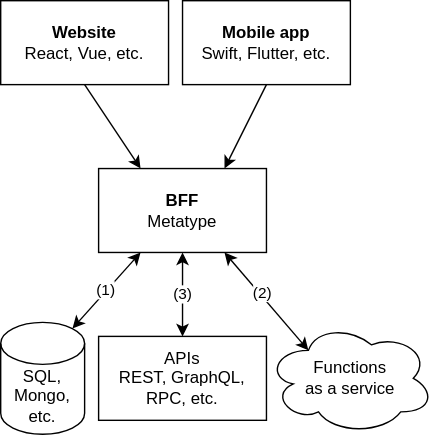
Before: website/use-cases/backend-for-frontend/image.drawio.svg, a diagram exported from draw.io (metatypedev/metatype). Source tidied: cells renumbered, new cells last; positions are measured from the earlier drawing's top-left corner, leaving out a move shared by most shapes. Its diagram source:
```xml
<mxGraphModel>
  <root>
    <mxCell id="0" />
    <mxCell id="1" parent="0" />
    <mxCell id="2" style="edgeStyle=none;html=1;exitX=0.5;exitY=1;exitDx=0;exitDy=0;entryX=0.25;entryY=0;entryDx=0;entryDy=0;" parent="1" edge="1" source="3" target="9">
      <mxGeometry x="-0.12" relative="1" as="geometry" />
    </mxCell>
    <mxCell id="3" value="&lt;b&gt;Website&lt;/b&gt;&lt;br&gt;React, Vue, etc." style="rounded=0;whiteSpace=wrap;html=1;" parent="1" vertex="1">
      <mxGeometry width="120" height="60" as="geometry" />
    </mxCell>
    <mxCell id="4" style="edgeStyle=none;html=1;exitX=0.75;exitY=1;exitDx=0;exitDy=0;entryX=0.25;entryY=0.25;entryDx=0;entryDy=0;entryPerimeter=0;startArrow=classic;startFill=1;" parent="1" edge="1" source="9" target="12">
      <mxGeometry relative="1" as="geometry" />
    </mxCell>
    <mxCell id="5" value="(2)" style="edgeLabel;html=1;align=center;verticalAlign=middle;" parent="4" vertex="1">
      <mxGeometry x="-0.04" y="3" relative="1" as="geometry">
        <mxPoint x="-4" y="-3" as="offset" />
      </mxGeometry>
    </mxCell>
    <mxCell id="6" value="(3)" style="edgeStyle=none;html=1;exitX=0.5;exitY=1;exitDx=0;exitDy=0;startArrow=classic;startFill=1;" parent="1" edge="1" source="9" target="11">
      <mxGeometry relative="1" as="geometry" />
    </mxCell>
    <mxCell id="7" style="edgeStyle=none;html=1;exitX=0.25;exitY=1;exitDx=0;exitDy=0;entryX=0.855;entryY=0;entryDx=0;entryDy=4.35;entryPerimeter=0;startArrow=classic;startFill=1;" parent="1" edge="1" source="9" target="10">
      <mxGeometry relative="1" as="geometry" />
    </mxCell>
    <mxCell id="8" value="(1)" style="edgeLabel;html=1;align=center;verticalAlign=middle;" parent="7" vertex="1">
      <mxGeometry x="0.01" y="-1" relative="1" as="geometry" />
    </mxCell>
    <mxCell id="9" value="&lt;b&gt;BFF&lt;/b&gt;&lt;br&gt;Metatype" style="rounded=0;whiteSpace=wrap;html=1;" parent="1" vertex="1">
      <mxGeometry x="70" y="120" width="120" height="60" as="geometry" />
    </mxCell>
    <mxCell id="10" value="SQL,&lt;br&gt;Mongo, etc." style="shape=cylinder3;whiteSpace=wrap;html=1;boundedLbl=1;backgroundOutline=1;size=15;" parent="1" vertex="1">
      <mxGeometry y="230" width="60" height="80" as="geometry" />
    </mxCell>
    <mxCell id="11" value="APIs&lt;br&gt;REST, GraphQL, RPC, etc." style="rounded=0;whiteSpace=wrap;html=1;" parent="1" vertex="1">
      <mxGeometry x="70" y="240" width="120" height="60" as="geometry" />
    </mxCell>
    <mxCell id="12" value="Functions&lt;br&gt;as a service" style="ellipse;shape=cloud;whiteSpace=wrap;html=1;" parent="1" vertex="1">
      <mxGeometry x="190" y="230" width="120" height="80" as="geometry" />
    </mxCell>
    <mxCell id="13" style="edgeStyle=none;html=1;exitX=0.5;exitY=1;exitDx=0;exitDy=0;entryX=0.75;entryY=0;entryDx=0;entryDy=0;" parent="1" edge="1" source="14" target="9">
      <mxGeometry relative="1" as="geometry" />
    </mxCell>
    <mxCell id="14" value="&lt;b&gt;Mobile app&lt;/b&gt;&lt;br&gt;Swift, Flutter, etc." style="rounded=0;whiteSpace=wrap;html=1;" parent="1" vertex="1">
      <mxGeometry x="130" width="120" height="60" as="geometry" />
    </mxCell>
  </root>
</mxGraphModel>
```
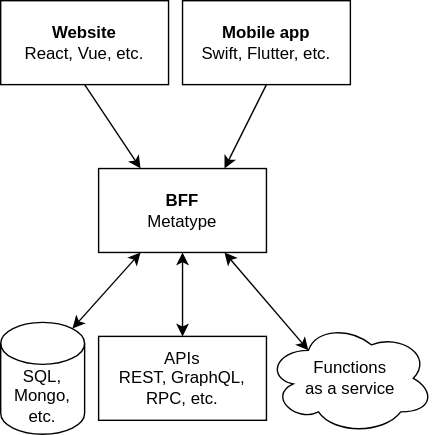
Above is the later version.

Change to the diagram source:
```diff
@@ -11,20 +11,12 @@
     <mxCell id="4" style="edgeStyle=none;html=1;exitX=0.75;exitY=1;exitDx=0;exitDy=0;entryX=0.25;entryY=0.25;entryDx=0;entryDy=0;entryPerimeter=0;startArrow=classic;startFill=1;" parent="1" edge="1" source="9" target="12">
       <mxGeometry relative="1" as="geometry" />
     </mxCell>
-    <mxCell id="5" value="(2)" style="edgeLabel;html=1;align=center;verticalAlign=middle;" parent="4" vertex="1">
-      <mxGeometry x="-0.04" y="3" relative="1" as="geometry">
-        <mxPoint x="-4" y="-3" as="offset" />
-      </mxGeometry>
-    </mxCell>
-    <mxCell id="6" value="(3)" style="edgeStyle=none;html=1;exitX=0.5;exitY=1;exitDx=0;exitDy=0;startArrow=classic;startFill=1;" parent="1" edge="1" source="9" target="11">
+    <mxCell id="6" style="edgeStyle=none;html=1;exitX=0.5;exitY=1;exitDx=0;exitDy=0;startArrow=classic;startFill=1;" parent="1" edge="1" source="9" target="11">
       <mxGeometry relative="1" as="geometry" />
     </mxCell>
     <mxCell id="7" style="edgeStyle=none;html=1;exitX=0.25;exitY=1;exitDx=0;exitDy=0;entryX=0.855;entryY=0;entryDx=0;entryDy=4.35;entryPerimeter=0;startArrow=classic;startFill=1;" parent="1" edge="1" source="9" target="10">
       <mxGeometry relative="1" as="geometry" />
     </mxCell>
-    <mxCell id="8" value="(1)" style="edgeLabel;html=1;align=center;verticalAlign=middle;" parent="7" vertex="1">
-      <mxGeometry x="0.01" y="-1" relative="1" as="geometry" />
-    </mxCell>
     <mxCell id="9" value="&lt;b&gt;BFF&lt;/b&gt;&lt;br&gt;Metatype" style="rounded=0;whiteSpace=wrap;html=1;" parent="1" vertex="1">
       <mxGeometry x="70" y="120" width="120" height="60" as="geometry" />
     </mxCell>
```
